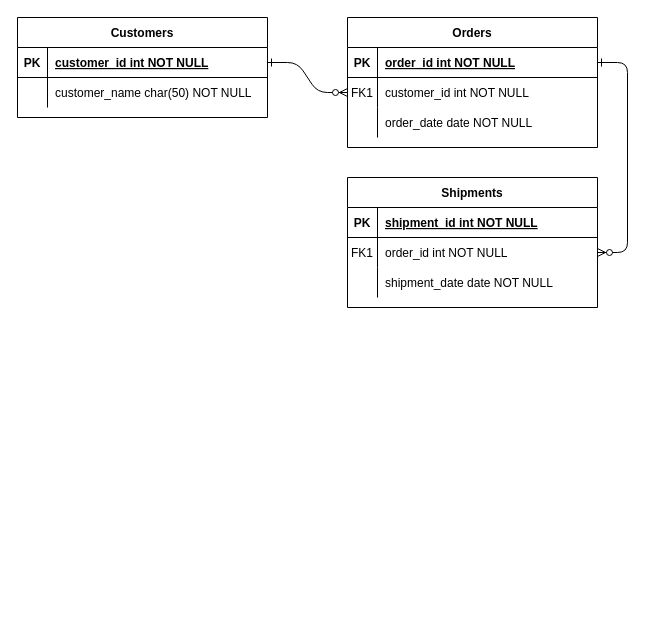
rune2291/informatik keeps this draw.io diagram as ER.drawio. Above is the earlier version. Source tidied: cells renumbered, new cells numbered last; positions are measured from the earlier drawing's top-left corner, leaving out a move shared by most shapes. Both pictures are drawn from the tidied source at 100%, with x=0, y=0 at pixel (17, 17).
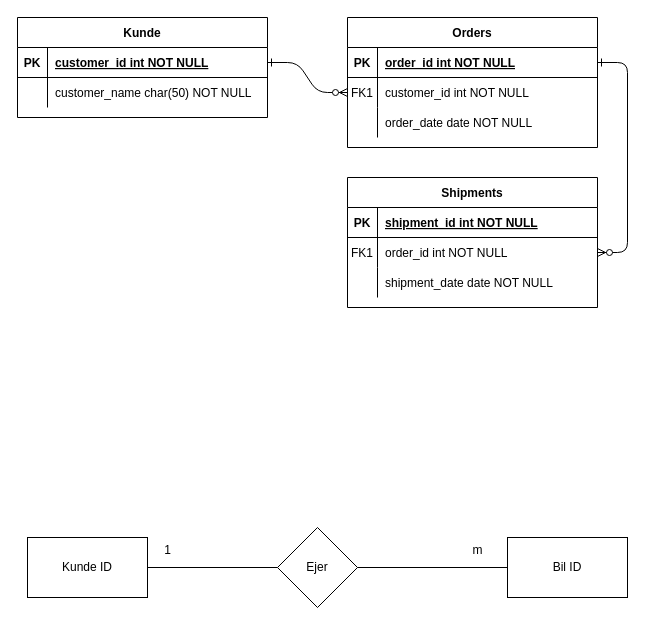
Above is the later version.

Diff of the diagram source:
```diff
@@
-    <mxCell id="24" value="Customers" style="shape=table;startSize=30;childLayout=tableLayout;rowLines=0;fontStyle=1;align=center;" parent="1" vertex="1">
+    <mxCell id="24" value="Kunde" style="shape=table;startSize=30;childLayout=tableLayout;rowLines=0;fontStyle=1;align=center;" parent="1" vertex="1">
       <mxGeometry width="250" height="100" as="geometry" />
     </mxCell>
@@
+    <mxCell id="31" value="Ejer" style="rhombus;whiteSpace=wrap;html=1;" parent="1" vertex="1">
+      <mxGeometry x="260" y="510" width="80" height="80" as="geometry" />
+    </mxCell>
+    <mxCell id="32" value="Kunde ID" style="rounded=0;whiteSpace=wrap;html=1;" parent="1" vertex="1">
+      <mxGeometry x="10" y="520" width="120" height="60" as="geometry" />
+    </mxCell>
+    <mxCell id="33" value="Bil ID" style="rounded=0;whiteSpace=wrap;html=1;" parent="1" vertex="1">
+      <mxGeometry x="490" y="520" width="120" height="60" as="geometry" />
+    </mxCell>
+    <mxCell id="34" style="endArrow=none;html=1;rounded=0;exitX=1;exitY=0.5;exitDx=0;exitDy=0;" parent="1" edge="1" source="32">
+      <mxGeometry relative="1" as="geometry">
+        <mxPoint x="260" y="550" as="targetPoint" />
+      </mxGeometry>
+    </mxCell>
+    <mxCell id="35" style="endArrow=none;html=1;rounded=0;entryX=0;entryY=0.5;entryDx=0;entryDy=0;exitX=1;exitY=0.5;exitDx=0;exitDy=0;" parent="1" edge="1" source="31" target="33">
+      <mxGeometry relative="1" as="geometry" />
+    </mxCell>
+    <mxCell id="36" value="1" style="text;html=1;align=center;verticalAlign=middle;strokeColor=none;fillColor=none;" parent="1" vertex="1">
+      <mxGeometry x="135" y="518" width="30" height="30" as="geometry" />
+    </mxCell>
+    <mxCell id="37" value="m" style="text;html=1;align=center;verticalAlign=middle;strokeColor=none;fillColor=none;" parent="1" vertex="1">
+      <mxGeometry x="445" y="518" width="30" height="30" as="geometry" />
+    </mxCell>
```
